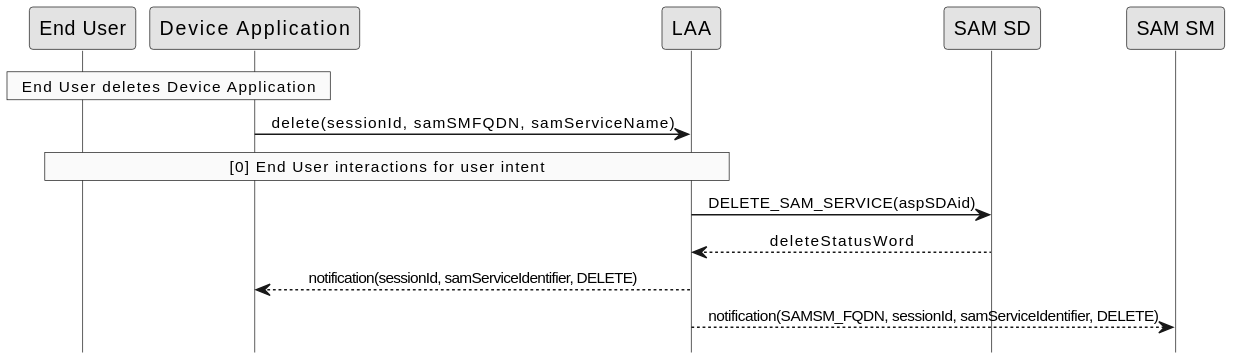
GlobalPlatform/LAA-SAM_SM-Interface keeps this PlantUML diagram as doc/uml/delete-device-app.svg. Above is the earlier version. Its diagram source:
```plantuml
@startuml
hide footbox
skinparam sequenceMessageAlign center
skinparam sequenceArrowFontSize 11
skinparam noteFontSize 11
skinparam monochrome true
skinparam lifelinestrategy solid

rnote over "End User", "Device Application"
     End User deletes Device Application
end rnote

"Device Application" -> LAA : delete(sessionId, samSMFQDN, samServiceName)

rnote over "LAA", "End User"
     [0] End User interactions for user intent
end rnote

"LAA" -> "SAM SD" : DELETE_SAM_SERVICE(aspSDAid)
"SAM SD" --> LAA : deleteStatusWord


LAA --> "Device Application" : notification(sessionId, aspSDAid, DELETE)

LAA --> "SAM SM" : notification(SAMSM_FQDN, sessionId, aspSDAid, DELETE)
@enduml
```
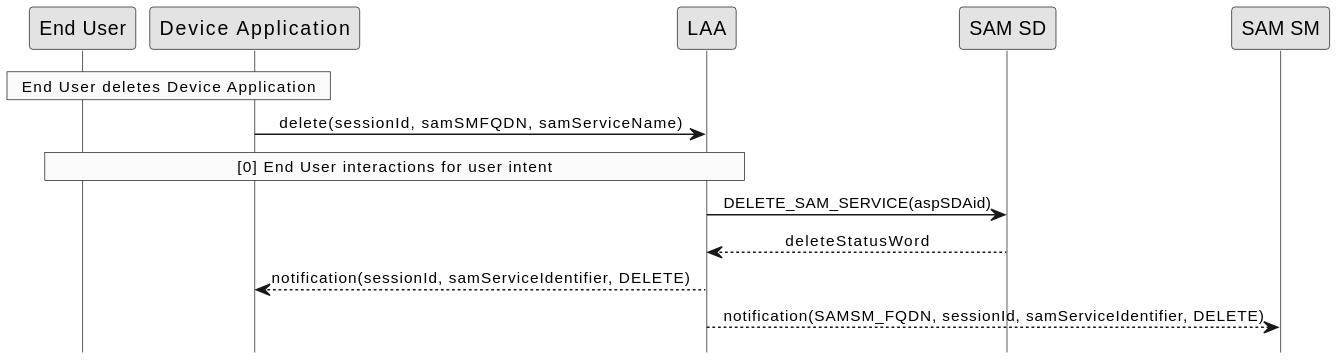
Later version of the same file.

The edit, as a diff of the source:
```diff
@@ -20,7 +20,7 @@
 "SAM SD" --> LAA : deleteStatusWord
 
 
-LAA --> "Device Application" : notification(sessionId, aspSDAid, DELETE)
+LAA --> "Device Application" : notification(sessionId, samServiceIdentifier, DELETE)
 
-LAA --> "SAM SM" : notification(SAMSM_FQDN, sessionId, aspSDAid, DELETE)
+LAA --> "SAM SM" : notification(SAMSM_FQDN, sessionId, samServiceIdentifier, DELETE)
 @enduml
```
